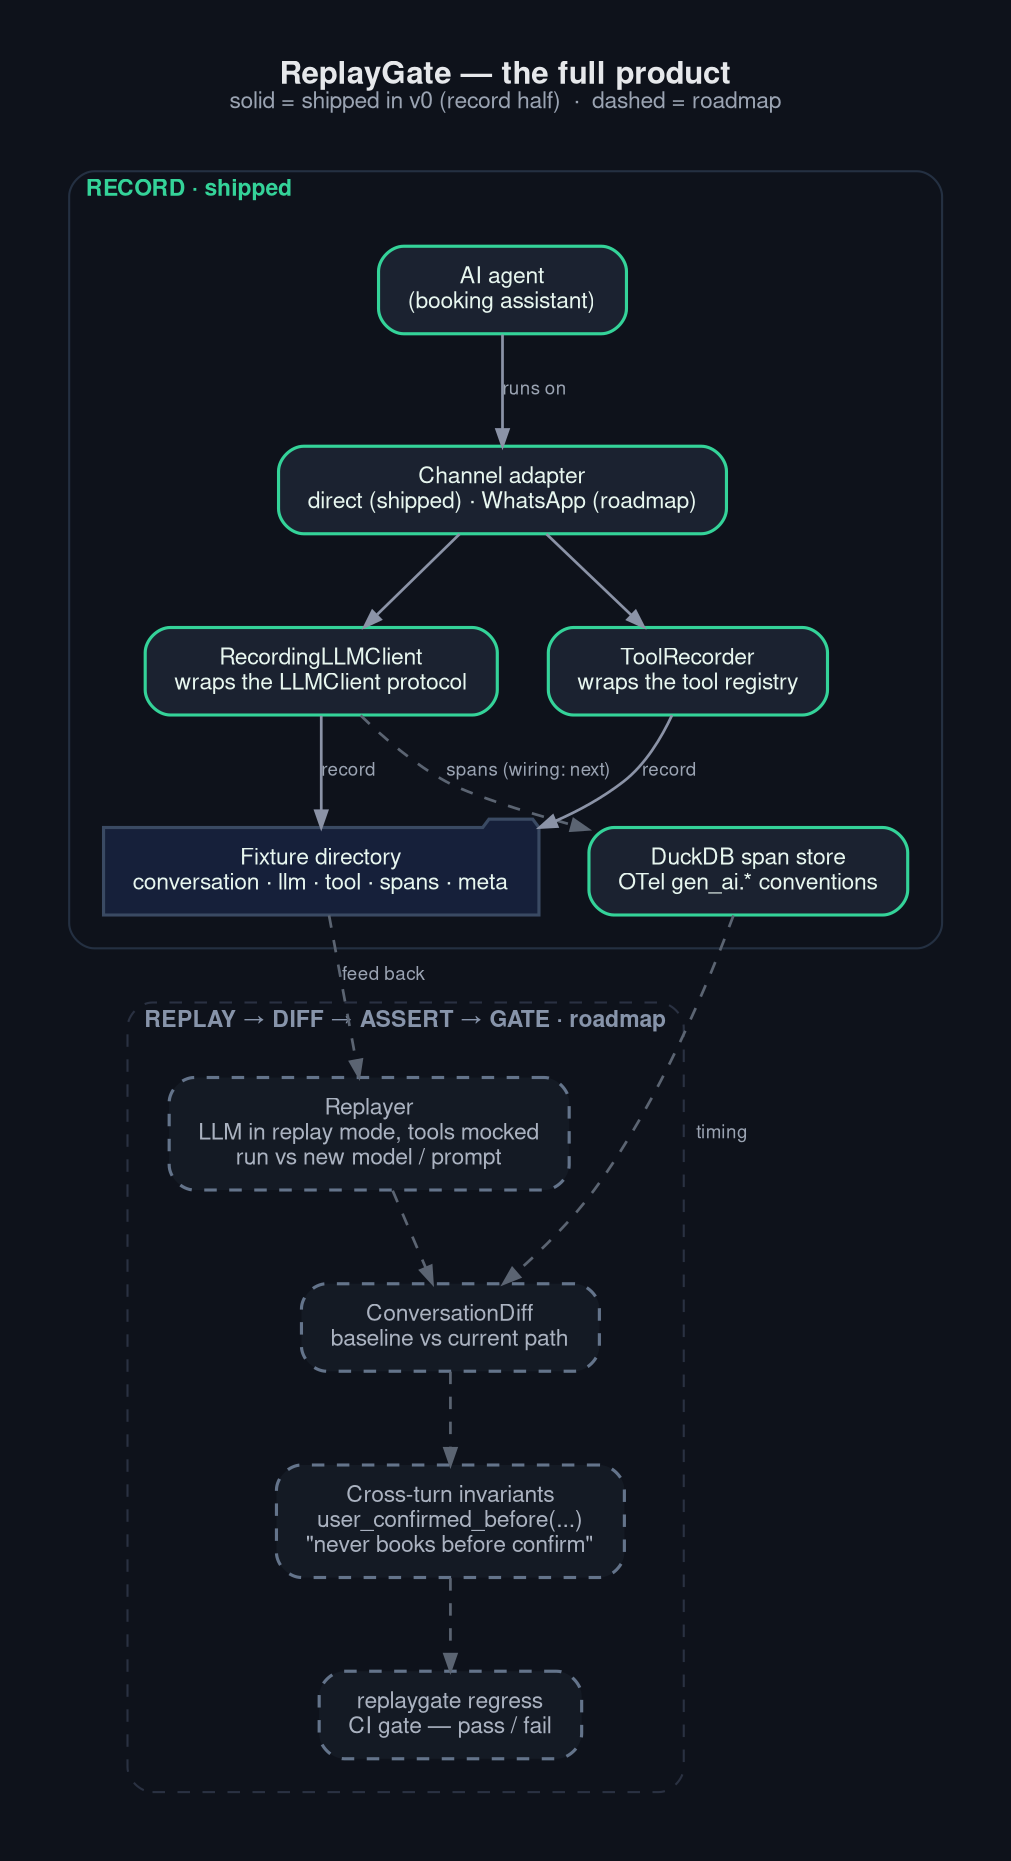
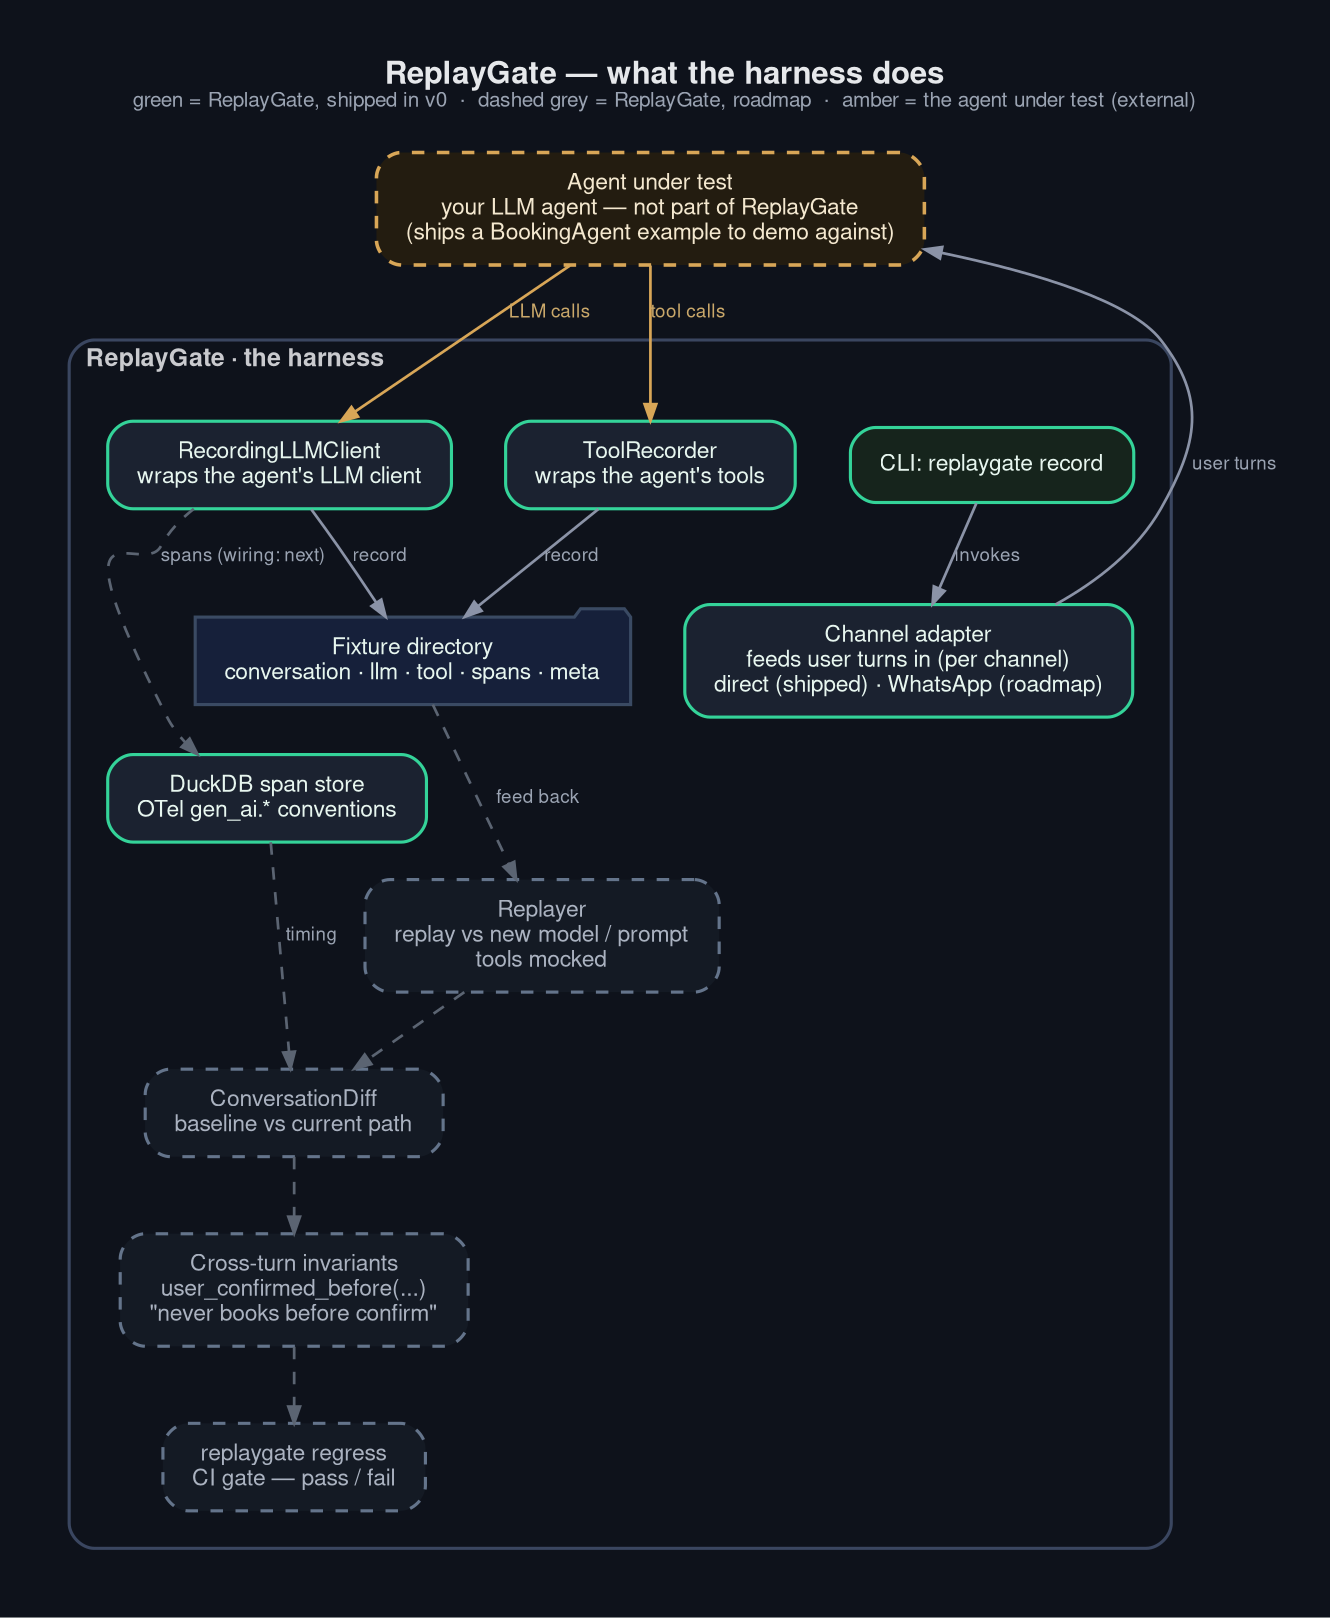
digraph replaygate {
  rankdir=TB;
  bgcolor="#0e121b";
-   pad=0.35;
-   nodesep=0.34;
-   ranksep=0.6;
-   fontname="Helvetica,Arial,sans-serif";
-   fontcolor="#e6e8eb";
-   fontsize=15;
+   pad=0.35; nodesep=0.36; ranksep=0.5;
+   fontname="Helvetica,Arial,sans-serif"; fontcolor="#e6e8eb"; fontsize=15;
  labelloc="t";
-   label=<<b>ReplayGate &#8212; the full product</b><br/><font point-size="11" color="#9aa3b2">solid = shipped in v0 (record half)&#160;&#160;&#183;&#160;&#160;dashed = roadmap</font><br/> >;
+   label=<<b>ReplayGate &#8212; what the harness does</b><br/><font point-size="10.5" color="#9aa3b2">green = ReplayGate, shipped in v0&#160;&#160;&#183;&#160;&#160;dashed grey = ReplayGate, roadmap&#160;&#160;&#183;&#160;&#160;amber = the agent under test (external)</font><br/> >;

  node [shape=box, style="rounded,filled", fontname="Helvetica,Arial,sans-serif", fontsize=11,
        fillcolor="#1b2230", color="#34d399", fontcolor="#e7f6ef", penwidth=1.5, margin="0.20,0.12"];
  edge [color="#8b93a7", penwidth=1.3, arrowsize=0.8,
        fontname="Helvetica,Arial,sans-serif", fontsize=9, fontcolor="#9aa3b2"];

-   subgraph cluster_record {
-     label=<<font color="#34d399"><b>RECORD &#183; shipped</b></font>>;
-     labeljust="l"; color="#243042"; style="rounded"; fontsize=11; penwidth=1; margin=16;
-     agent [label="AI agent\n(booking assistant)"];
-     chan  [label="Channel adapter\ndirect (shipped) · WhatsApp (roadmap)"];
-     rec   [label="RecordingLLMClient\nwraps the LLMClient protocol"];
-     tools [label="ToolRecorder\nwraps the tool registry"];
-     fix   [label="Fixture directory\nconversation · llm · tool · spans · meta", shape=folder, fillcolor="#16203a", color="#3a4a63"];
-     store [label="DuckDB span store\nOTel gen_ai.* conventions"];
-   }
+   // ---- external: the system under test (NOT part of ReplayGate) ----
+   agent [label="Agent under test\nyour LLM agent — not part of ReplayGate\n(ships a BookingAgent example to demo against)",
+          color="#d8a657", fontcolor="#f4e8cf", fillcolor="#231c10", style="rounded,filled,dashed", penwidth=1.7];

-   subgraph cluster_replay {
-     label=<<font color="#8794aa"><b>REPLAY &#8594; DIFF &#8594; ASSERT &#8594; GATE &#183; roadmap</b></font>>;
-     labeljust="l"; color="#2a3142"; style="rounded,dashed"; fontsize=11; penwidth=1; margin=16;
+   // ---- the harness we build ----
+   subgraph cluster_rg {
+     label=<<font color="#c9cace"><b>ReplayGate &#183; the harness</b></font>>;
+     labeljust="l"; color="#3a4660"; style="rounded"; penwidth=1.5; fontsize=12; margin=18;
+ 
+     cli     [label="CLI: replaygate record", fillcolor="#16241c"];
+     adapter [label="Channel adapter\nfeeds user turns in (per channel)\ndirect (shipped) · WhatsApp (roadmap)"];
+     rec     [label="RecordingLLMClient\nwraps the agent's LLM client"];
+     tools   [label="ToolRecorder\nwraps the agent's tools"];
+     fix     [label="Fixture directory\nconversation · llm · tool · spans · meta", shape=folder, fillcolor="#16203a", color="#3a4a63"];
+     store   [label="DuckDB span store\nOTel gen_ai.* conventions"];
+ 
    node [color="#64748b", fontcolor="#aab2c0", fillcolor="#141a24", style="rounded,filled,dashed"];
-     replay [label="Replayer\nLLM in replay mode, tools mocked\nrun vs new model / prompt"];
+     replay [label="Replayer\nreplay vs new model / prompt\ntools mocked"];
    diff   [label="ConversationDiff\nbaseline vs current path"];
    inv    [label="Cross-turn invariants\nuser_confirmed_before(...)\n\"never books before confirm\""];
    gate   [label="replaygate regress\nCI gate — pass / fail"];
  }

-   // shipped edges (solid)
-   agent -> chan [label="runs on"];
-   chan  -> rec;
-   chan  -> tools;
-   rec   -> fix [label="record"];
-   tools -> fix [label="record"];
+   // ---- shipped record flow (solid) ----
+   cli     -> adapter [label="invokes"];
+   adapter -> agent   [label="user turns"];
+   agent   -> rec     [label="LLM calls", color="#d8a657", fontcolor="#caa86a"];
+   agent   -> tools   [label="tool calls", color="#d8a657", fontcolor="#caa86a"];
+   rec     -> fix     [label="record"];
+   tools   -> fix     [label="record"];

-   // roadmap / deferred edges (dashed)
+   // ---- deferred / roadmap (dashed) ----
  edge [style=dashed, color="#5b6472"];
-   rec  -> store [label="spans (wiring: next)"];
-   fix  -> replay [label="feed back"];
+   rec  -> store   [label="spans (wiring: next)"];
+   fix  -> replay  [label="feed back"];
  replay -> diff;
  diff -> inv;
  inv  -> gate;
-   store -> diff [label="timing"];
+   store -> diff   [label="timing"];
}
